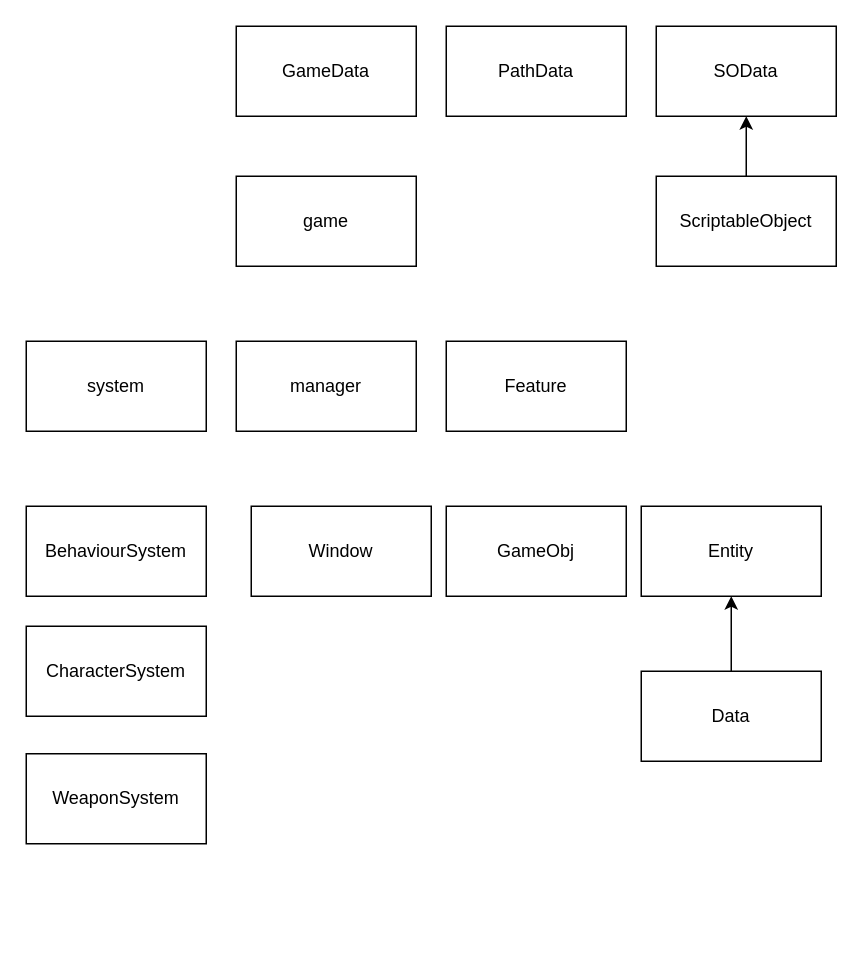
The draw.io diagram TheChosenOne.drawio in WH961230/TheChosenOne, before the edit. Source tidied: cells renumbered, new cells numbered last; positions are measured from the earlier drawing's top-left corner, leaving out a move shared by most shapes. Both pictures are drawn from the tidied source at 150%, with x=0, y=0 at pixel (26, 26).
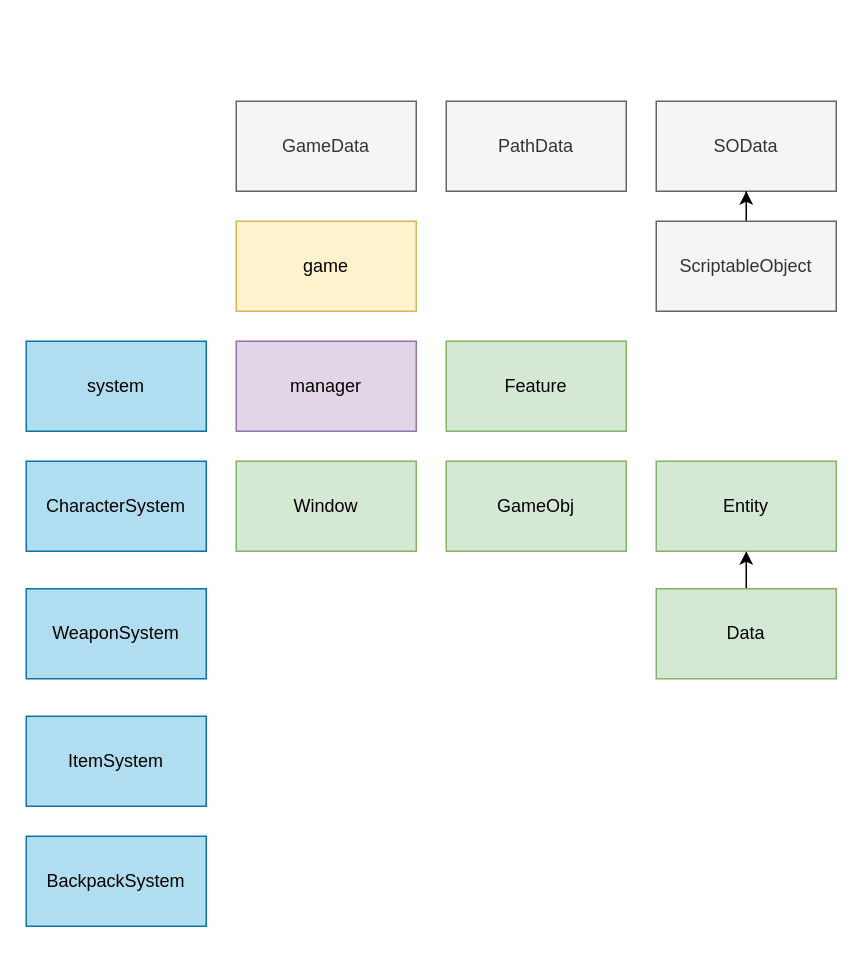
The same diagram, later.

What changed in the source:
```diff
@@
 <mxGraphModel>
   <root>
     <mxCell id="0" />
     <mxCell id="1" parent="0" />
-    <mxCell id="2" value="game" style="rounded=0;whiteSpace=wrap;html=1;" parent="1" vertex="1">
-      <mxGeometry x="140" y="100" width="120" height="60" as="geometry" />
+    <mxCell id="2" value="game" style="rounded=0;whiteSpace=wrap;html=1;fillColor=#fff2cc;strokeColor=#d6b656;" parent="1" vertex="1">
+      <mxGeometry x="140" y="130" width="120" height="60" as="geometry" />
     </mxCell>
-    <mxCell id="3" value="system" style="rounded=0;whiteSpace=wrap;html=1;" parent="1" vertex="1">
+    <mxCell id="3" value="system" style="rounded=0;whiteSpace=wrap;html=1;fillColor=#b1ddf0;strokeColor=#10739e;" parent="1" vertex="1">
       <mxGeometry y="210" width="120" height="60" as="geometry" />
     </mxCell>
-    <mxCell id="4" value="manager" style="rounded=0;whiteSpace=wrap;html=1;" parent="1" vertex="1">
+    <mxCell id="4" value="manager" style="rounded=0;whiteSpace=wrap;html=1;fillColor=#e1d5e7;strokeColor=#9673a6;" parent="1" vertex="1">
       <mxGeometry x="140" y="210" width="120" height="60" as="geometry" />
     </mxCell>
-    <mxCell id="5" value="Feature" style="rounded=0;whiteSpace=wrap;html=1;" parent="1" vertex="1">
+    <mxCell id="5" value="Feature" style="rounded=0;whiteSpace=wrap;html=1;fillColor=#d5e8d4;strokeColor=#82b366;" parent="1" vertex="1">
       <mxGeometry x="280" y="210" width="120" height="60" as="geometry" />
     </mxCell>
-    <mxCell id="6" value="GameObj" style="rounded=0;whiteSpace=wrap;html=1;" parent="1" vertex="1">
-      <mxGeometry x="280" y="320" width="120" height="60" as="geometry" />
+    <mxCell id="6" value="GameObj" style="rounded=0;whiteSpace=wrap;html=1;fillColor=#d5e8d4;strokeColor=#82b366;" parent="1" vertex="1">
+      <mxGeometry x="280" y="290" width="120" height="60" as="geometry" />
     </mxCell>
-    <mxCell id="7" value="Entity" style="rounded=0;whiteSpace=wrap;html=1;" parent="1" vertex="1">
-      <mxGeometry x="410" y="320" width="120" height="60" as="geometry" />
+    <mxCell id="7" value="Entity" style="rounded=0;whiteSpace=wrap;html=1;fillColor=#d5e8d4;strokeColor=#82b366;" parent="1" vertex="1">
+      <mxGeometry x="420" y="290" width="120" height="60" as="geometry" />
     </mxCell>
-    <mxCell id="8" value="Window" style="rounded=0;whiteSpace=wrap;html=1;" parent="1" vertex="1">
-      <mxGeometry x="150" y="320" width="120" height="60" as="geometry" />
+    <mxCell id="8" value="Window" style="rounded=0;whiteSpace=wrap;html=1;fillColor=#d5e8d4;strokeColor=#82b366;" parent="1" vertex="1">
+      <mxGeometry x="140" y="290" width="120" height="60" as="geometry" />
     </mxCell>
     <mxCell id="9" style="edgeStyle=orthogonalEdgeStyle;rounded=0;jettySize=auto;html=1;entryX=0.5;entryY=1;entryDx=0;entryDy=0;" parent="1" edge="1" source="10" target="7">
       <mxGeometry relative="1" as="geometry" />
     </mxCell>
-    <mxCell id="10" value="Data" style="rounded=0;whiteSpace=wrap;html=1;" parent="1" vertex="1">
-      <mxGeometry x="410" y="430" width="120" height="60" as="geometry" />
+    <mxCell id="10" value="Data" style="rounded=0;whiteSpace=wrap;html=1;fillColor=#d5e8d4;strokeColor=#82b366;" parent="1" vertex="1">
+      <mxGeometry x="420" y="375" width="120" height="60" as="geometry" />
     </mxCell>
-    <mxCell id="11" value="GameData" style="rounded=0;whiteSpace=wrap;html=1;" parent="1" vertex="1">
-      <mxGeometry x="140" width="120" height="60" as="geometry" />
+    <mxCell id="11" value="GameData" style="rounded=0;whiteSpace=wrap;html=1;fillColor=#f5f5f5;fontColor=#333333;strokeColor=#666666;" parent="1" vertex="1">
+      <mxGeometry x="140" y="50" width="120" height="60" as="geometry" />
     </mxCell>
-    <mxCell id="12" value="PathData" style="rounded=0;whiteSpace=wrap;html=1;" parent="1" vertex="1">
-      <mxGeometry x="280" width="120" height="60" as="geometry" />
+    <mxCell id="12" value="PathData" style="rounded=0;whiteSpace=wrap;html=1;fillColor=#f5f5f5;fontColor=#333333;strokeColor=#666666;" parent="1" vertex="1">
+      <mxGeometry x="280" y="50" width="120" height="60" as="geometry" />
     </mxCell>
-    <mxCell id="13" value="SOData" style="rounded=0;whiteSpace=wrap;html=1;" parent="1" vertex="1">
-      <mxGeometry x="420" width="120" height="60" as="geometry" />
+    <mxCell id="13" value="SOData" style="rounded=0;whiteSpace=wrap;html=1;fillColor=#f5f5f5;fontColor=#333333;strokeColor=#666666;" parent="1" vertex="1">
+      <mxGeometry x="420" y="50" width="120" height="60" as="geometry" />
     </mxCell>
     <mxCell id="14" style="edgeStyle=orthogonalEdgeStyle;rounded=0;jettySize=auto;html=1;entryX=0.5;entryY=1;entryDx=0;entryDy=0;" parent="1" edge="1" source="15" target="13">
       <mxGeometry relative="1" as="geometry" />
     </mxCell>
-    <mxCell id="15" value="ScriptableObject" style="rounded=0;whiteSpace=wrap;html=1;" parent="1" vertex="1">
-      <mxGeometry x="420" y="100" width="120" height="60" as="geometry" />
+    <mxCell id="15" value="ScriptableObject" style="rounded=0;whiteSpace=wrap;html=1;fillColor=#f5f5f5;fontColor=#333333;strokeColor=#666666;" parent="1" vertex="1">
+      <mxGeometry x="420" y="130" width="120" height="60" as="geometry" />
     </mxCell>
-    <mxCell id="16" value="BehaviourSystem" style="rounded=0;whiteSpace=wrap;html=1;" parent="1" vertex="1">
-      <mxGeometry y="320" width="120" height="60" as="geometry" />
-    </mxCell>
-    <mxCell id="17" value="CharacterSystem" style="rounded=0;whiteSpace=wrap;html=1;" parent="1" vertex="1">
-      <mxGeometry y="400" width="120" height="60" as="geometry" />
+    <mxCell id="17" value="CharacterSystem" style="rounded=0;whiteSpace=wrap;html=1;fillColor=#b1ddf0;strokeColor=#10739e;" parent="1" vertex="1">
+      <mxGeometry y="290" width="120" height="60" as="geometry" />
     </mxCell>
-    <mxCell id="18" value="WeaponSystem" style="rounded=0;whiteSpace=wrap;html=1;" parent="1" vertex="1">
-      <mxGeometry y="485" width="120" height="60" as="geometry" />
+    <mxCell id="18" value="WeaponSystem" style="rounded=0;whiteSpace=wrap;html=1;fillColor=#b1ddf0;strokeColor=#10739e;" parent="1" vertex="1">
+      <mxGeometry y="375" width="120" height="60" as="geometry" />
     </mxCell>
+    <mxCell id="19" value="ItemSystem" style="rounded=0;whiteSpace=wrap;html=1;fillColor=#b1ddf0;strokeColor=#10739e;" parent="1" vertex="1">
+      <mxGeometry y="460" width="120" height="60" as="geometry" />
+    </mxCell>
+    <mxCell id="20" value="BackpackSystem" style="rounded=0;whiteSpace=wrap;html=1;fillColor=#b1ddf0;strokeColor=#10739e;" parent="1" vertex="1">
+      <mxGeometry y="540" width="120" height="60" as="geometry" />
+    </mxCell>
   </root>
 </mxGraphModel>
```
